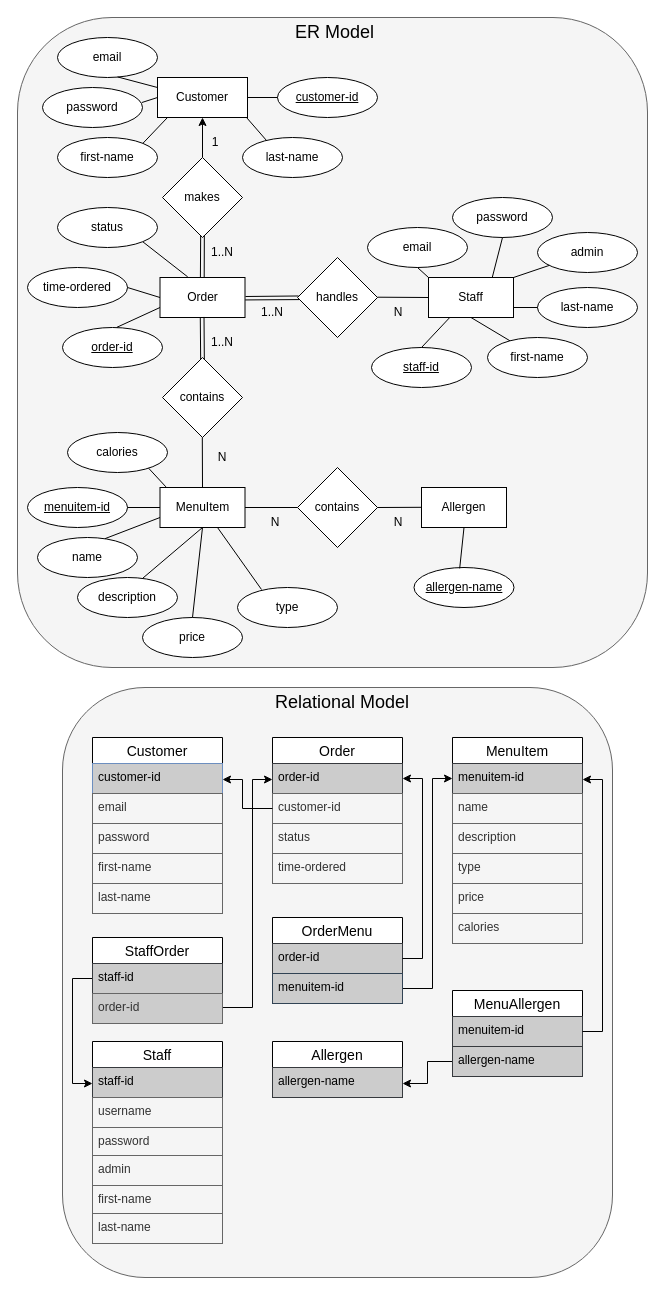
Before: backend/resources/entity_relation.drawio in Ideapersie/TeamProjec23, a draw.io diagram. Source tidied: cells renumbered, new cells numbered last; positions are measured from the earlier drawing's top-left corner, leaving out a move shared by most shapes. Both pictures are drawn from the tidied source at 100%, with x=0, y=0 at pixel (17, 17).
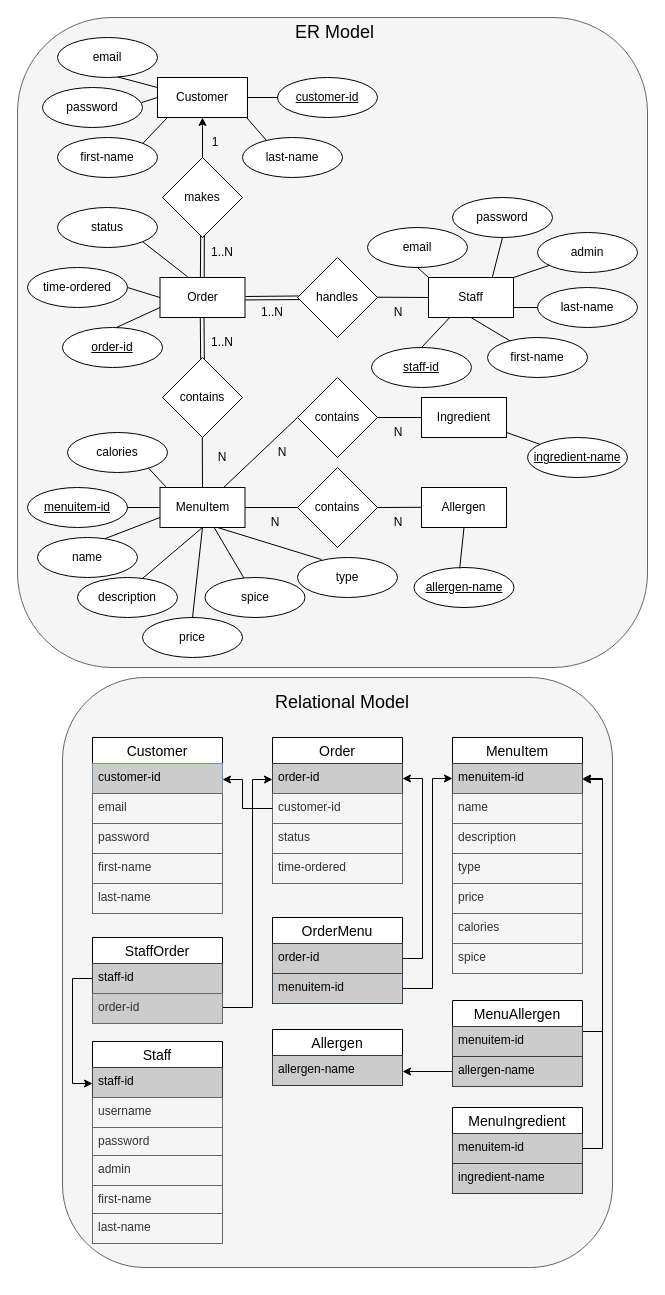
The same page after the edit.

Commit message:
Update database schema

Update entity_relation.drawio to be in line with recent updates to the database.

This allows other members of the team to more easily understand what the database looks like.

Unchanged cells that the change refers to:
```xml
<mxCell id="26" value="MenuItem" style="whiteSpace=wrap;html=1;" parent="1" vertex="1">
  <mxGeometry x="142.5" y="470" width="85" height="40" as="geometry" />
</mxCell>
<mxCell id="69" value="menuitem-id" style="text;strokeColor=#36393d;fillColor=#CCCCCC;spacingLeft=4;spacingRight=4;overflow=hidden;points=[[0,0.5],[1,0.5]];portConstraint=eastwest;fontSize=12;whiteSpace=wrap;html=1;" parent="68" vertex="1">
  <mxGeometry y="26" width="130" height="30" as="geometry" />
</mxCell>
```

What changed in the source:
```diff
@@
+    <mxCell id="130" style="rounded=0;jettySize=auto;html=1;entryX=0;entryY=0.5;entryDx=0;entryDy=0;endArrow=none;endFill=0;" parent="1" edge="1" source="26" target="133">
+      <mxGeometry relative="1" as="geometry" />
+    </mxCell>
@@
     <mxCell id="43" value="type" style="ellipse;whiteSpace=wrap;html=1;align=center;" parent="1" vertex="1">
-      <mxGeometry x="220" y="570" width="100" height="40" as="geometry" />
+      <mxGeometry x="280" y="540" width="100" height="40" as="geometry" />
     </mxCell>
@@
     <mxCell id="51" style="rounded=1;whiteSpace=wrap;html=1;fillColor=#f5f5f5;fontColor=#333333;strokeColor=#666666;glass=0;shadow=0;" parent="1" vertex="1">
-      <mxGeometry x="45" y="670" width="550" height="590" as="geometry" />
+      <mxGeometry x="45" y="660" width="550" height="590" as="geometry" />
     </mxCell>
@@
     <mxCell id="65" style="group;" parent="1" vertex="1">
-      <mxGeometry x="435" y="720" width="130" height="206" as="geometry" />
+      <mxGeometry x="435" y="720" width="130" height="236" as="geometry" />
     </mxCell>
@@
+    <mxCell id="131" value="spice" style="text;strokeColor=#666666;fillColor=#f5f5f5;spacingLeft=4;spacingRight=4;overflow=hidden;fontSize=12;whiteSpace=wrap;html=1;fontColor=#333333;" parent="65" vertex="1">
+      <mxGeometry y="206" width="130" height="30" as="geometry" />
+    </mxCell>
@@
-    <mxCell id="89" style="group;" parent="1" vertex="1">
-      <mxGeometry x="255" y="1090" width="130" height="146" as="geometry" />
-    </mxCell>
-    <mxCell id="90" style="group;" parent="89" vertex="1">
-      <mxGeometry y="-66" width="130" height="116" as="geometry" />
-    </mxCell>
-    <mxCell id="91" value="Allergen" style="swimlane;fontStyle=0;horizontal=1;startSize=26;align=center;fontSize=14;" parent="90" vertex="1">
-      <mxGeometry width="130" height="56" as="geometry" />
-    </mxCell>
-    <mxCell id="92" value="allergen-name" style="text;strokeColor=#36393d;fillColor=#CCCCCC;spacingLeft=4;spacingRight=4;overflow=hidden;fontSize=12;whiteSpace=wrap;html=1;" parent="91" vertex="1">
-      <mxGeometry y="26" width="130" height="30" as="geometry" />
-    </mxCell>
-    <mxCell id="93" style="group;" parent="1" vertex="1">
-      <mxGeometry x="435" y="1039" width="130" height="146" as="geometry" />
-    </mxCell>
-    <mxCell id="94" style="group;" parent="93" vertex="1">
-      <mxGeometry y="-66" width="130" height="116" as="geometry" />
-    </mxCell>
-    <mxCell id="95" value="MenuAllergen" style="swimlane;fontStyle=0;horizontal=1;startSize=26;align=center;fontSize=14;" parent="94" vertex="1">
-      <mxGeometry width="130" height="56" as="geometry" />
-    </mxCell>
-    <mxCell id="96" value="menuitem-id" style="text;strokeColor=#36393d;fillColor=#CCCCCC;spacingLeft=4;spacingRight=4;overflow=hidden;points=[[0,0.5],[1,0.5]];portConstraint=eastwest;fontSize=12;whiteSpace=wrap;html=1;" parent="95" vertex="1">
-      <mxGeometry y="26" width="130" height="30" as="geometry" />
-    </mxCell>
@@
-    <mxCell id="98" value="allergen-name" style="text;strokeColor=#36393d;fillColor=#CCCCCC;spacingLeft=4;spacingRight=4;overflow=hidden;points=[[0,0.5],[1,0.5]];portConstraint=eastwest;fontSize=12;whiteSpace=wrap;html=1;" parent="1" vertex="1">
-      <mxGeometry x="435" y="1029" width="130" height="30" as="geometry" />
-    </mxCell>
@@
+    <mxCell id="132" value="N" style="text;html=1;strokeColor=none;fillColor=none;align=center;verticalAlign=middle;whiteSpace=wrap;rounded=0;" parent="1" vertex="1">
+      <mxGeometry x="235" y="420" width="60" height="30" as="geometry" />
+    </mxCell>
+    <mxCell id="133" value="contains" style="rhombus;whiteSpace=wrap;html=1;" parent="1" vertex="1">
+      <mxGeometry x="280" y="360" width="80" height="80" as="geometry" />
+    </mxCell>
+    <mxCell id="134" value="N" style="text;html=1;strokeColor=none;fillColor=none;align=center;verticalAlign=middle;whiteSpace=wrap;rounded=0;" parent="1" vertex="1">
+      <mxGeometry x="351" y="400" width="60" height="30" as="geometry" />
+    </mxCell>
+    <mxCell id="135" style="edgeStyle=orthogonalEdgeStyle;rounded=0;jettySize=auto;html=1;endArrow=none;endFill=0;" parent="1" edge="1" source="136" target="133">
+      <mxGeometry relative="1" as="geometry" />
+    </mxCell>
+    <mxCell id="136" value="Ingredient" style="whiteSpace=wrap;html=1;" parent="1" vertex="1">
+      <mxGeometry x="404" y="380" width="85" height="40" as="geometry" />
+    </mxCell>
+    <mxCell id="137" style="rounded=0;jettySize=auto;html=1;endArrow=none;endFill=0;" parent="1" edge="1" source="138" target="136">
+      <mxGeometry relative="1" as="geometry" />
+    </mxCell>
+    <mxCell id="138" value="ingredient-name" style="ellipse;whiteSpace=wrap;html=1;align=center;fontStyle=4;" parent="1" vertex="1">
+      <mxGeometry x="510" y="420" width="100" height="40" as="geometry" />
+    </mxCell>
+    <mxCell id="139" style="rounded=0;jettySize=auto;html=1;endArrow=none;endFill=0;" parent="1" edge="1" source="140" target="26">
+      <mxGeometry relative="1" as="geometry" />
+    </mxCell>
+    <mxCell id="140" value="spice" style="ellipse;whiteSpace=wrap;html=1;align=center;" parent="1" vertex="1">
+      <mxGeometry x="187.5" y="560" width="100" height="40" as="geometry" />
+    </mxCell>
+    <mxCell id="95" value="MenuAllergen" style="swimlane;fontStyle=0;horizontal=1;startSize=26;align=center;fontSize=14;" parent="1" vertex="1">
+      <mxGeometry x="435" y="983" width="130" height="86" as="geometry" />
+    </mxCell>
+    <mxCell id="96" value="menuitem-id" style="text;strokeColor=#36393d;fillColor=#CCCCCC;spacingLeft=4;spacingRight=4;overflow=hidden;points=[[0,0.5],[1,0.5]];portConstraint=eastwest;fontSize=12;whiteSpace=wrap;html=1;" parent="95" vertex="1">
+      <mxGeometry y="26" width="130" height="30" as="geometry" />
+    </mxCell>
+    <mxCell id="98" value="allergen-name" style="text;strokeColor=#36393d;fillColor=#CCCCCC;spacingLeft=4;spacingRight=4;overflow=hidden;points=[[0,0.5],[1,0.5]];portConstraint=eastwest;fontSize=12;whiteSpace=wrap;html=1;" parent="95" vertex="1">
+      <mxGeometry y="56" width="130" height="30" as="geometry" />
+    </mxCell>
+    <mxCell id="90" style="group;" parent="1" vertex="1">
+      <mxGeometry x="255" y="1012" width="130" height="116" as="geometry" />
+    </mxCell>
+    <mxCell id="91" value="Allergen" style="swimlane;fontStyle=0;horizontal=1;startSize=26;align=center;fontSize=14;" parent="90" vertex="1">
+      <mxGeometry width="130" height="56" as="geometry" />
+    </mxCell>
+    <mxCell id="92" value="allergen-name" style="text;strokeColor=#36393d;fillColor=#CCCCCC;spacingLeft=4;spacingRight=4;overflow=hidden;fontSize=12;whiteSpace=wrap;html=1;" parent="91" vertex="1">
+      <mxGeometry y="26" width="130" height="30" as="geometry" />
+    </mxCell>
+    <mxCell id="141" value="MenuIngredient" style="swimlane;fontStyle=0;horizontal=1;startSize=26;align=center;fontSize=14;" parent="1" vertex="1">
+      <mxGeometry x="435" y="1090" width="130" height="86" as="geometry" />
+    </mxCell>
+    <mxCell id="142" value="menuitem-id" style="text;strokeColor=#36393d;fillColor=#CCCCCC;spacingLeft=4;spacingRight=4;overflow=hidden;points=[[0,0.5],[1,0.5]];portConstraint=eastwest;fontSize=12;whiteSpace=wrap;html=1;" parent="141" vertex="1">
+      <mxGeometry y="26" width="130" height="30" as="geometry" />
+    </mxCell>
+    <mxCell id="143" value="ingredient-name" style="text;strokeColor=#36393d;fillColor=#CCCCCC;spacingLeft=4;spacingRight=4;overflow=hidden;fontSize=12;whiteSpace=wrap;html=1;" parent="141" vertex="1">
+      <mxGeometry y="56" width="130" height="30" as="geometry" />
+    </mxCell>
+    <mxCell id="144" style="edgeStyle=orthogonalEdgeStyle;rounded=0;jettySize=auto;html=1;entryX=1;entryY=0.5;entryDx=0;entryDy=0;" parent="1" edge="1" source="142" target="69">
+      <mxGeometry relative="1" as="geometry">
+        <Array as="points">
+          <mxPoint x="585" y="1131" />
+          <mxPoint x="585" y="761" />
+        </Array>
+      </mxGeometry>
+    </mxCell>
```
